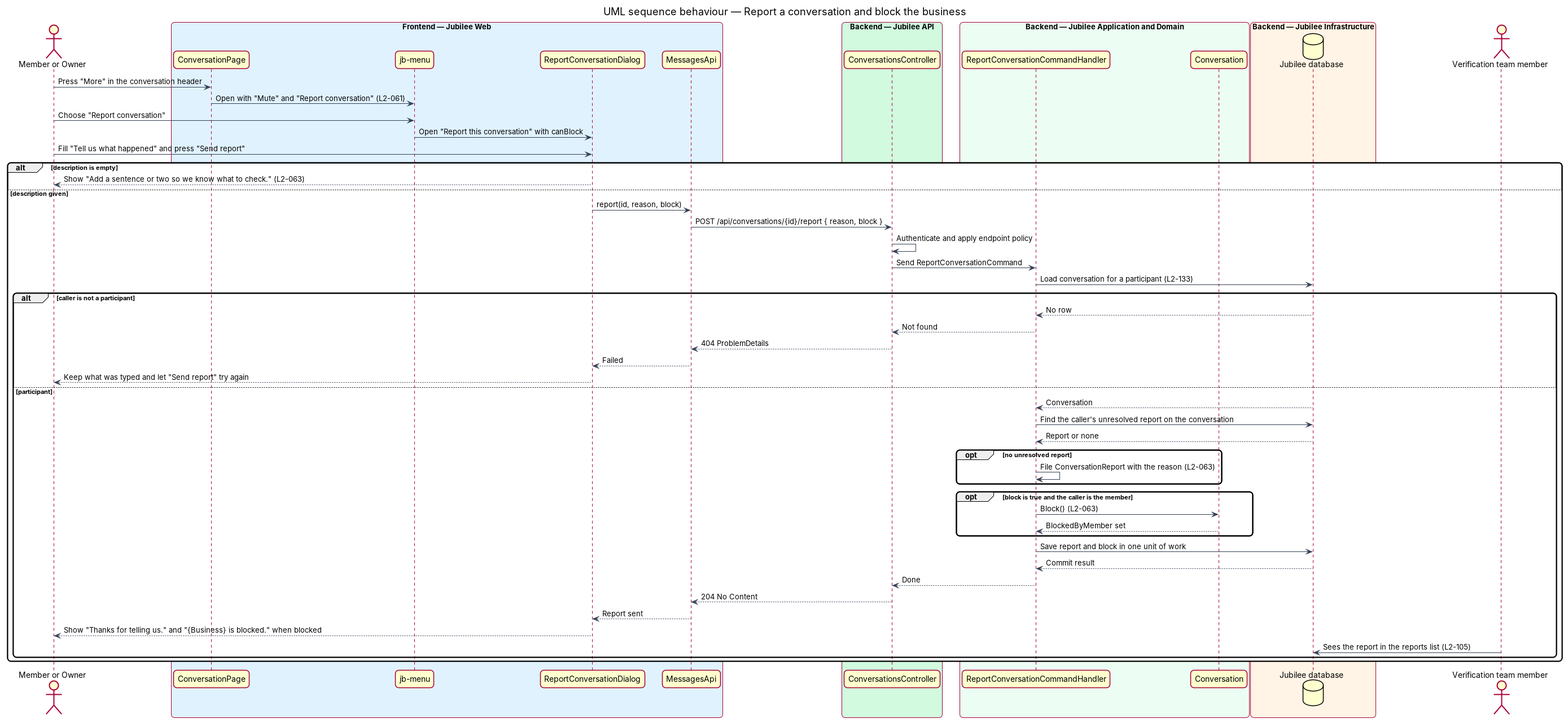
Above: docs/detailed-designs/messaging/report-conversation/diagrams/sequence-report-and-block.png in QuinntyneBrown/jubilee (PlantUML), before the change. Its source is kept beside it as docs/detailed-designs/messaging/report-conversation/diagrams/sequence-report-and-block.puml.
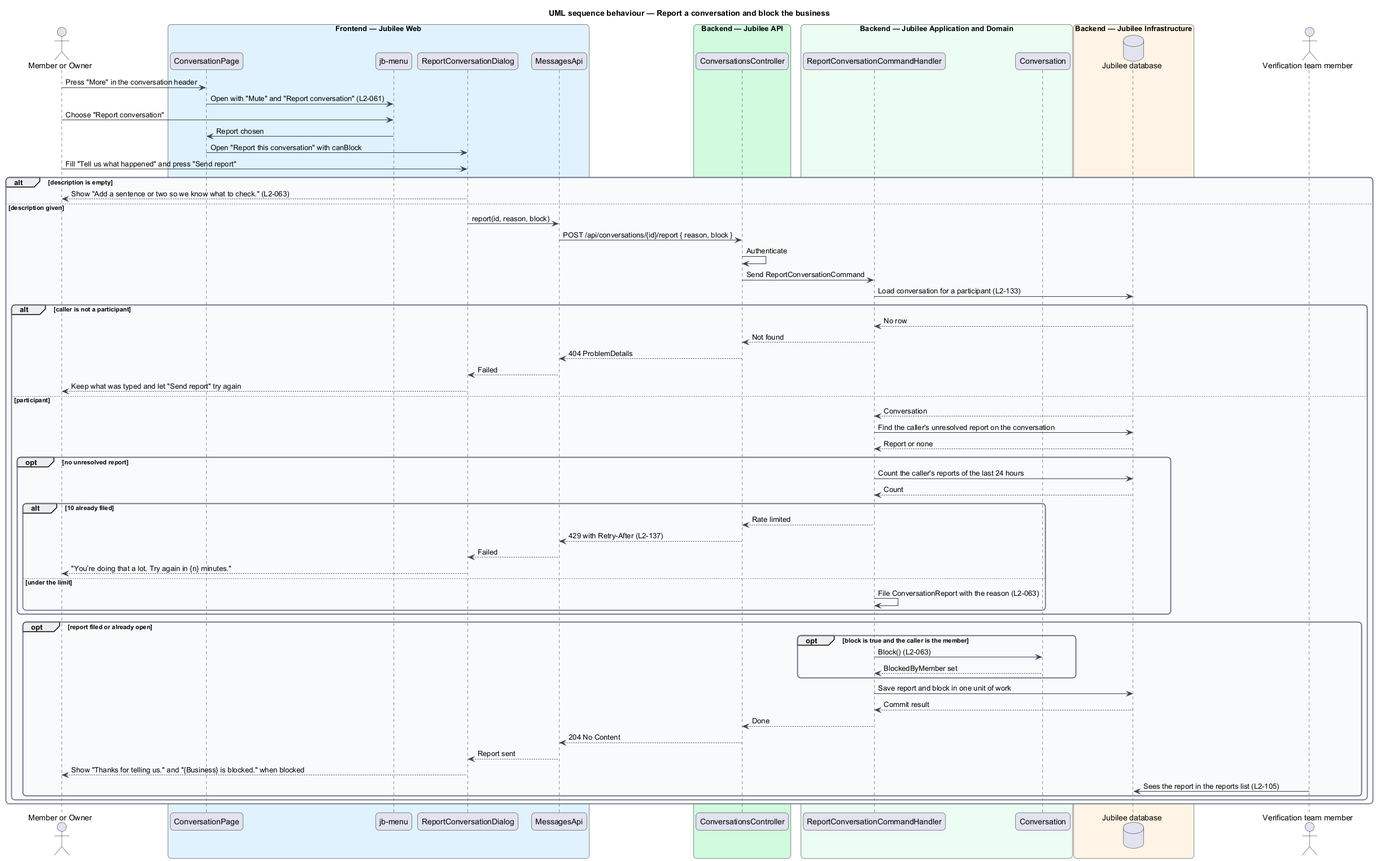
The same diagram one commit later.

The edit, as a diff of the source:
```diff
@@ -35,14 +35,15 @@
 member -> page : Press "More" in the conversation header
 page -> menu : Open with "Mute" and "Report conversation" (L2-061)
 member -> menu : Choose "Report conversation"
-menu -> dialog : Open "Report this conversation" with canBlock
+menu -> page : Report chosen
+page -> dialog : Open "Report this conversation" with canBlock
 member -> dialog : Fill "Tell us what happened" and press "Send report"
 alt description is empty
   dialog --> member : Show "Add a sentence or two so we know what to check." (L2-063)
 else description given
   dialog -> client : report(id, reason, block)
   client -> controller : POST /api/conversations/{id}/report { reason, block }
-  controller -> controller : Authenticate and apply endpoint policy
+  controller -> controller : Authenticate
   controller -> handler : Send ReportConversationCommand
   handler -> db : Load conversation for a participant (L2-133)
   alt caller is not a participant
@@ -56,19 +57,30 @@
     handler -> db : Find the caller's unresolved report on the conversation
     db --> handler : Report or none
     opt no unresolved report
-      handler -> handler : File ConversationReport with the reason (L2-063)
+      handler -> db : Count the caller's reports of the last 24 hours
+      db --> handler : Count
+      alt 10 already filed
+        handler --> controller : Rate limited
+        controller --> client : 429 with Retry-After (L2-137)
+        client --> dialog : Failed
+        dialog --> member : "You’re doing that a lot. Try again in {n} minutes."
+      else under the limit
+        handler -> handler : File ConversationReport with the reason (L2-063)
+      end
     end
-    opt block is true and the caller is the member
-      handler -> entity : Block() (L2-063)
-      entity --> handler : BlockedByMember set
+    opt report filed or already open
+      opt block is true and the caller is the member
+        handler -> entity : Block() (L2-063)
+        entity --> handler : BlockedByMember set
+      end
+      handler -> db : Save report and block in one unit of work
+      db --> handler : Commit result
+      handler --> controller : Done
+      controller --> client : 204 No Content
+      client --> dialog : Report sent
+      dialog --> member : Show "Thanks for telling us." and "{Business} is blocked." when blocked
+      verifier -> db : Sees the report in the reports list (L2-105)
     end
-    handler -> db : Save report and block in one unit of work
-    db --> handler : Commit result
-    handler --> controller : Done
-    controller --> client : 204 No Content
-    client --> dialog : Report sent
-    dialog --> member : Show "Thanks for telling us." and "{Business} is blocked." when blocked
-    verifier -> db : Sees the report in the reports list (L2-105)
   end
 end
 @enduml
```
